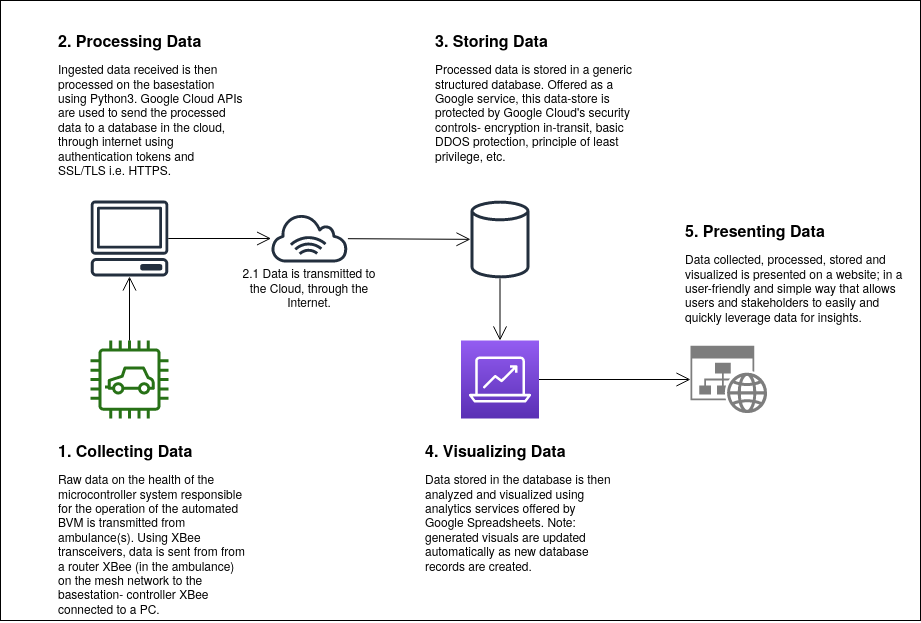
yoniblum/ENG4000-Team-A-F keeps this draw.io diagram as docs/gate4-systemhealthreporting/gate4_syshealth_images/im1.png. Above is the earlier version. Source tidied: cells renumbered, new cells last; positions are measured from the earlier drawing's top-left corner, leaving out a move shared by most shapes.
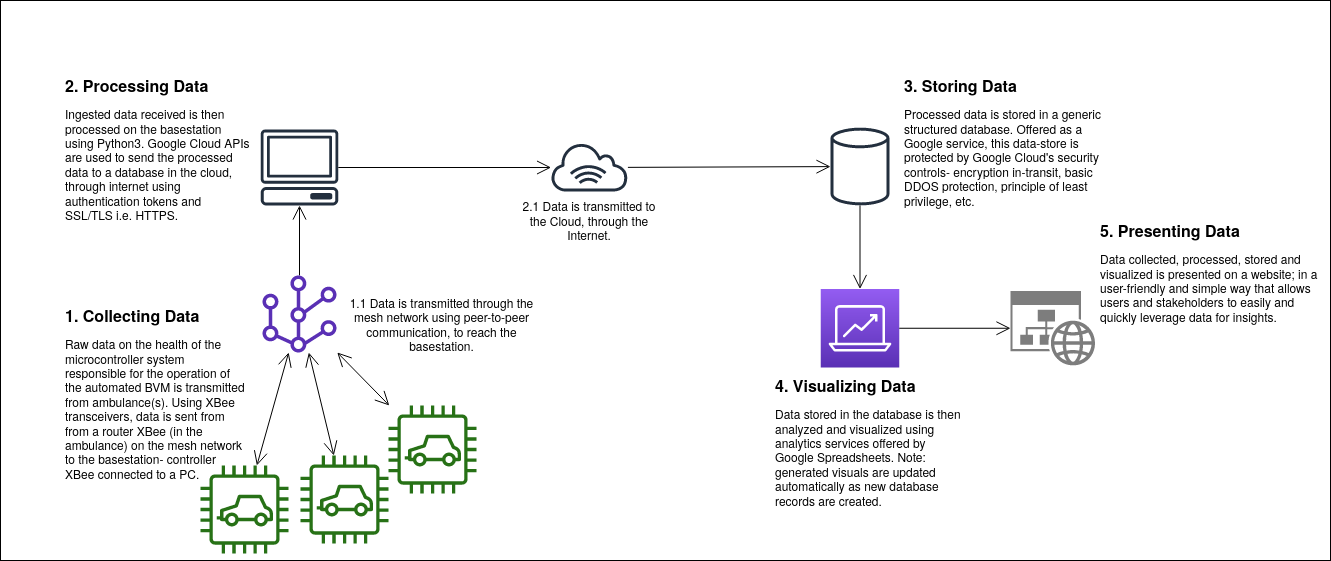
After the commit.

Diff of the diagram source:
```diff
@@ -3,19 +3,13 @@
     <mxCell id="0" />
     <mxCell id="1" parent="0" />
     <mxCell id="2" style="rounded=0;whiteSpace=wrap;html=1;" parent="1" vertex="1">
-      <mxGeometry width="920" height="620" as="geometry" />
+      <mxGeometry x="-170" y="-35" width="1330" height="560" as="geometry" />
     </mxCell>
-    <mxCell id="3" style="outlineConnect=0;fontColor=#232F3E;gradientColor=none;fillColor=#277116;strokeColor=none;dashed=0;verticalLabelPosition=bottom;verticalAlign=top;align=center;html=1;fontSize=12;fontStyle=0;shape=mxgraph.aws4.car;" parent="1" vertex="1">
-      <mxGeometry x="90" y="340" width="78" height="78" as="geometry" />
-    </mxCell>
-    <mxCell id="4" style="endArrow=open;endFill=1;endSize=12;html=1;" parent="1" edge="1" source="3" target="5">
-      <mxGeometry relative="1" as="geometry" />
-    </mxCell>
     <mxCell id="5" style="outlineConnect=0;fontColor=#232F3E;gradientColor=none;fillColor=#232F3E;strokeColor=none;dashed=0;verticalLabelPosition=bottom;verticalAlign=top;align=center;html=1;fontSize=12;fontStyle=0;shape=mxgraph.aws4.client;" parent="1" vertex="1">
-      <mxGeometry x="90" y="200" width="78" height="76" as="geometry" />
+      <mxGeometry x="90" y="94" width="78" height="76" as="geometry" />
     </mxCell>
     <mxCell id="6" style="outlineConnect=0;fontColor=#232F3E;gradientColor=none;fillColor=#232F3E;strokeColor=none;dashed=0;verticalLabelPosition=bottom;verticalAlign=top;align=center;html=1;fontSize=12;fontStyle=0;shape=mxgraph.aws4.internet_alt1;" parent="1" vertex="1">
-      <mxGeometry x="270" y="214" width="78" height="48" as="geometry" />
+      <mxGeometry x="380" y="108" width="78" height="48" as="geometry" />
     </mxCell>
     <mxCell id="7" style="endArrow=open;endFill=1;endSize=12;html=1;" parent="1" edge="1" source="5" target="6">
       <mxGeometry relative="1" as="geometry" />
@@ -24,37 +18,64 @@
       <mxGeometry relative="1" as="geometry" />
     </mxCell>
     <mxCell id="9" style="outlineConnect=0;fontColor=#232F3E;gradientColor=none;fillColor=#232F3E;strokeColor=none;dashed=0;verticalLabelPosition=bottom;verticalAlign=top;align=center;html=1;fontSize=12;fontStyle=0;shape=mxgraph.aws4.generic_database;" parent="1" vertex="1">
-      <mxGeometry x="470" y="200" width="59" height="78" as="geometry" />
+      <mxGeometry x="660" y="92" width="59" height="78" as="geometry" />
     </mxCell>
     <mxCell id="10" style="outlineConnect=0;fontColor=#232F3E;gradientColor=#945DF2;gradientDirection=north;fillColor=#5A30B5;strokeColor=#ffffff;dashed=0;verticalLabelPosition=bottom;verticalAlign=top;align=center;html=1;fontSize=12;fontStyle=0;shape=mxgraph.aws4.resourceIcon;resIcon=mxgraph.aws4.analytics;" parent="1" vertex="1">
-      <mxGeometry x="460.5" y="340" width="78" height="78" as="geometry" />
+      <mxGeometry x="650.2" y="253.5" width="78.5" height="78.5" as="geometry" />
     </mxCell>
     <mxCell id="11" style="endArrow=open;endFill=1;endSize=12;html=1;" parent="1" edge="1" source="9" target="10">
       <mxGeometry relative="1" as="geometry" />
     </mxCell>
     <mxCell id="12" value="&lt;h1 style=&quot;font-size: 16px&quot;&gt;1. Collecting Data&lt;br&gt;&lt;/h1&gt;&lt;p&gt;Raw data on the health of the microcontroller system responsible for the operation of the automated BVM is transmitted from ambulance(s). Using XBee transceivers, data is sent from from a router XBee (in the ambulance) on the mesh network to the basestation- controller XBee connected to a PC. &lt;br&gt;&lt;/p&gt;" style="text;html=1;strokeColor=none;fillColor=none;spacing=5;spacingTop=-20;whiteSpace=wrap;overflow=hidden;rounded=0;" parent="1" vertex="1">
-      <mxGeometry x="53" y="440" width="200" height="182" as="geometry" />
+      <mxGeometry x="-110" y="270" width="190" height="214" as="geometry" />
     </mxCell>
     <mxCell id="13" value="&lt;h1 style=&quot;font-size: 16px&quot;&gt;2. Processing Data&lt;br&gt;&lt;/h1&gt;&lt;p&gt;Ingested data received is then processed on the basestation using Python3. Google Cloud APIs are used to send the processed data to a database in the cloud, through internet using authentication tokens and SSL/TLS i.e. HTTPS.&lt;br&gt;&lt;/p&gt;" style="text;html=1;strokeColor=none;fillColor=none;spacing=5;spacingTop=-20;whiteSpace=wrap;overflow=hidden;rounded=0;" parent="1" vertex="1">
-      <mxGeometry x="53" y="30" width="194" height="150" as="geometry" />
+      <mxGeometry x="-110" y="40" width="194" height="150" as="geometry" />
     </mxCell>
     <mxCell id="14" value="&lt;h1 style=&quot;font-size: 16px&quot;&gt;3. Storing Data&lt;br&gt;&lt;/h1&gt;&lt;p&gt;Processed data is stored in a generic structured database. Offered as a Google service, this data-store is protected by Google Cloud's security controls- encryption in-transit, basic DDOS protection, principle of least privilege, etc.&lt;br&gt;&lt;/p&gt;" style="text;html=1;strokeColor=none;fillColor=none;spacing=5;spacingTop=-20;whiteSpace=wrap;overflow=hidden;rounded=0;" parent="1" vertex="1">
-      <mxGeometry x="430" y="30" width="210" height="140" as="geometry" />
+      <mxGeometry x="728.8" y="40" width="210" height="140" as="geometry" />
     </mxCell>
     <mxCell id="15" value="&lt;h1 style=&quot;font-size: 16px&quot;&gt;4. Visualizing Data&lt;br&gt;&lt;/h1&gt;&lt;p&gt;Data stored in the database is then analyzed and visualized using analytics services offered by Google Spreadsheets. Note: generated visuals are updated automatically as new database records are created.&lt;br&gt;&lt;/p&gt;" style="text;html=1;strokeColor=none;fillColor=none;spacing=5;spacingTop=-20;whiteSpace=wrap;overflow=hidden;rounded=0;" parent="1" vertex="1">
-      <mxGeometry x="420" y="440" width="200" height="182" as="geometry" />
+      <mxGeometry x="600" y="340" width="200" height="182" as="geometry" />
     </mxCell>
     <mxCell id="16" style="shadow=0;dashed=0;html=1;strokeColor=none;labelPosition=center;verticalLabelPosition=bottom;verticalAlign=top;align=center;shape=mxgraph.mscae.enterprise.website_generic;fillColor=#7D7D7D;" parent="1" vertex="1">
-      <mxGeometry x="690" y="345.2" width="76.7" height="67.5" as="geometry" />
+      <mxGeometry x="840" y="255.5" width="84.7" height="74.5" as="geometry" />
     </mxCell>
     <mxCell id="17" style="endArrow=open;endFill=1;endSize=12;html=1;" parent="1" edge="1" source="10" target="16">
       <mxGeometry relative="1" as="geometry" />
     </mxCell>
     <mxCell id="18" value="&lt;h1 style=&quot;font-size: 16px&quot;&gt;5. Presenting Data&lt;br&gt;&lt;/h1&gt;&lt;p&gt;Data collected, processed, stored and visualized is presented on a website; in a user-friendly and simple way that allows users and stakeholders to easily and quickly leverage data for insights.&amp;nbsp; &lt;br&gt;&lt;/p&gt;" style="text;html=1;strokeColor=none;fillColor=none;spacing=5;spacingTop=-20;whiteSpace=wrap;overflow=hidden;rounded=0;" parent="1" vertex="1">
-      <mxGeometry x="680" y="220" width="230" height="120" as="geometry" />
+      <mxGeometry x="924.6" y="185" width="230" height="120" as="geometry" />
     </mxCell>
     <mxCell id="19" value="2.1 Data is transmitted to the Cloud, through the Internet." style="text;html=1;strokeColor=none;fillColor=none;align=center;verticalAlign=middle;whiteSpace=wrap;rounded=0;" parent="1" vertex="1">
-      <mxGeometry x="234" y="262" width="150" height="50" as="geometry" />
+      <mxGeometry x="344" y="160" width="150" height="50" as="geometry" />
     </mxCell>
+    <mxCell id="20" style="endArrow=open;endFill=1;endSize=12;html=1;" parent="1" edge="1" source="28" target="5">
+      <mxGeometry relative="1" as="geometry" />
+    </mxCell>
+    <mxCell id="21" style="outlineConnect=0;fontColor=#232F3E;gradientColor=none;fillColor=#277116;strokeColor=none;dashed=0;verticalLabelPosition=bottom;verticalAlign=top;align=center;html=1;fontSize=12;fontStyle=0;shape=mxgraph.aws4.car;" parent="1" vertex="1">
+      <mxGeometry x="30" y="430" width="88" height="88" as="geometry" />
+    </mxCell>
+    <mxCell id="22" style="outlineConnect=0;fontColor=#232F3E;gradientColor=none;fillColor=#277116;strokeColor=none;dashed=0;verticalLabelPosition=bottom;verticalAlign=top;align=center;html=1;fontSize=12;fontStyle=0;shape=mxgraph.aws4.car;" parent="1" vertex="1">
+      <mxGeometry x="130" y="420" width="88" height="88" as="geometry" />
+    </mxCell>
+    <mxCell id="23" style="startArrow=open;endArrow=open;endFill=1;endSize=12;html=1;startSize=12;" parent="1" edge="1" source="21" target="28">
+      <mxGeometry relative="1" as="geometry" />
+    </mxCell>
+    <mxCell id="24" style="startArrow=open;endArrow=open;endFill=1;endSize=12;html=1;startSize=12;" parent="1" edge="1" source="22" target="28">
+      <mxGeometry relative="1" as="geometry" />
+    </mxCell>
+    <mxCell id="25" style="outlineConnect=0;fontColor=#232F3E;gradientColor=none;fillColor=#277116;strokeColor=none;dashed=0;verticalLabelPosition=bottom;verticalAlign=top;align=center;html=1;fontSize=12;fontStyle=0;shape=mxgraph.aws4.car;" parent="1" vertex="1">
+      <mxGeometry x="218" y="370" width="88" height="88" as="geometry" />
+    </mxCell>
+    <mxCell id="26" style="startArrow=open;endArrow=open;endFill=1;endSize=12;html=1;startSize=12;" parent="1" edge="1" source="25" target="28">
+      <mxGeometry relative="1" as="geometry" />
+    </mxCell>
+    <mxCell id="27" value="1.1 Data is transmitted through the mesh network using peer-to-peer communication, to reach the basestation." style="text;html=1;strokeColor=none;fillColor=none;align=center;verticalAlign=middle;whiteSpace=wrap;rounded=0;" parent="1" vertex="1">
+      <mxGeometry x="168" y="260" width="207" height="57" as="geometry" />
+    </mxCell>
+    <mxCell id="28" style="outlineConnect=0;fontColor=#232F3E;gradientColor=none;fillColor=#5A30B5;strokeColor=none;dashed=0;verticalLabelPosition=bottom;verticalAlign=top;align=center;html=1;fontSize=12;fontStyle=0;shape=mxgraph.aws4.mesh;" parent="1" vertex="1">
+      <mxGeometry x="90" y="240" width="78" height="77" as="geometry" />
+    </mxCell>
   </root>
 </mxGraphModel>
```
